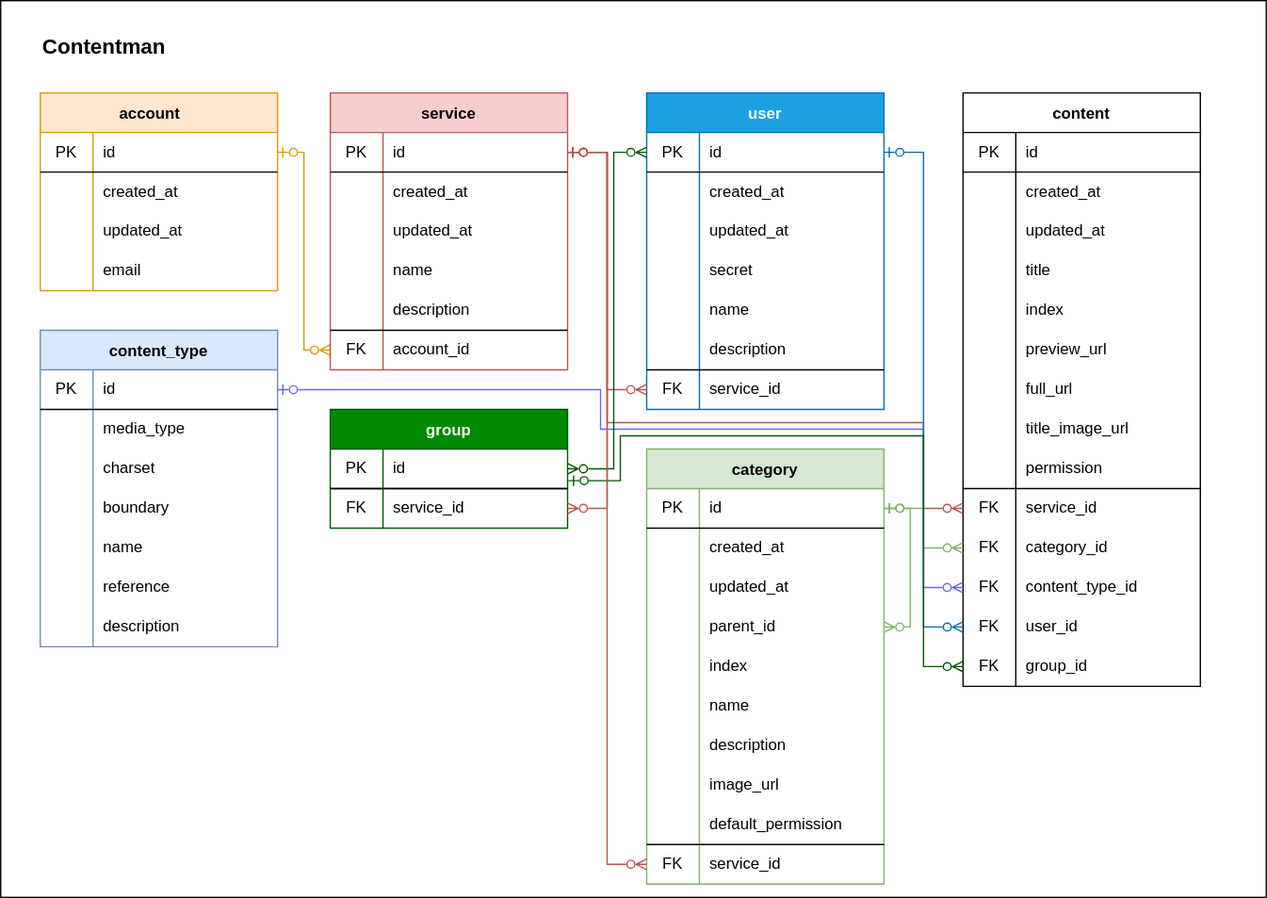
Above: db/schema_db.svg in AleksandrMac/contentman (draw.io), before the change. Source tidied: cells renumbered, new cells last; positions are measured from the earlier drawing's top-left corner, leaving out a move shared by most shapes.
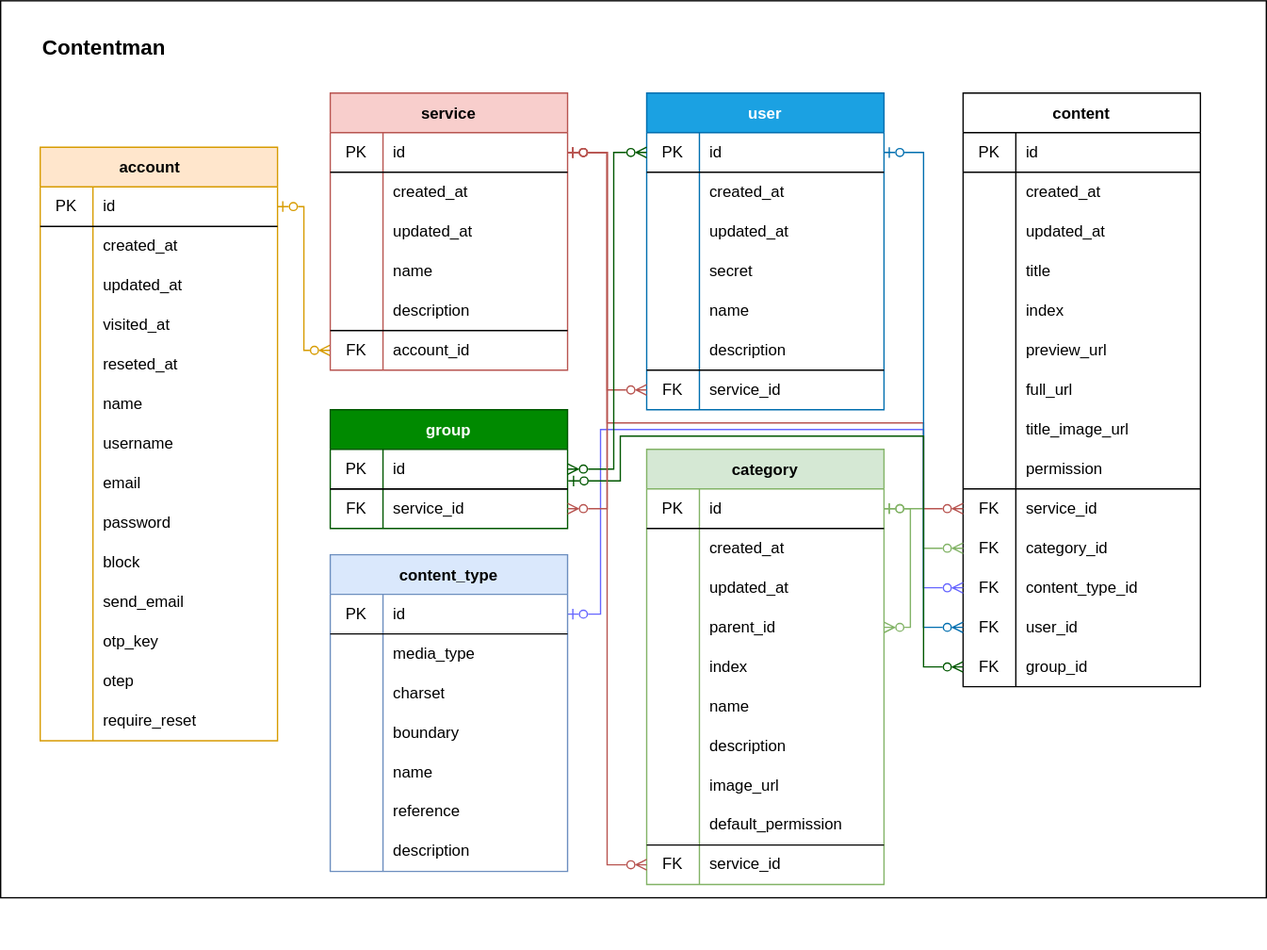
The same file after the commit.

Diff of the diagram source:
```diff
@@ -6,13 +6,13 @@
       <mxGeometry width="960" height="680" as="geometry" />
     </mxCell>
     <mxCell id="3" style="group;" parent="2" vertex="1">
-      <mxGeometry width="960" height="680" as="geometry" />
+      <mxGeometry y="-39" width="960" height="680" as="geometry" />
     </mxCell>
     <mxCell id="4" style="rounded=0;whiteSpace=wrap;html=1;shadow=0;labelBackgroundColor=none;sketch=0;" parent="3" vertex="1">
       <mxGeometry width="960" height="680" as="geometry" />
     </mxCell>
     <mxCell id="5" value="account    " style="shape=table;startSize=30;rowLines=0;fontStyle=1;align=center;fillColor=#ffe6cc;strokeColor=#d79b00;" parent="3" vertex="1">
-      <mxGeometry x="30" y="70" width="180" height="150" as="geometry" />
+      <mxGeometry x="30" y="111" width="180" height="450" as="geometry" />
     </mxCell>
     <mxCell id="6" style="shape=partialRectangle;html=1;whiteSpace=wrap;fillColor=none;top=0;left=0;bottom=1;right=0;points=[[0,0.5],[1,0.5]];portConstraint=eastwest;" parent="5" vertex="1">
       <mxGeometry y="30" width="180" height="30" as="geometry" />
@@ -41,8 +41,44 @@
     <mxCell id="14" value="updated_at" style="shape=partialRectangle;html=1;whiteSpace=wrap;fillColor=none;top=0;left=0;bottom=0;right=0;align=left;spacingLeft=6;overflow=hidden;" parent="12" vertex="1">
       <mxGeometry x="40" width="140" height="30" as="geometry" />
     </mxCell>
+    <mxCell id="174" style="shape=partialRectangle;html=1;whiteSpace=wrap;fillColor=none;top=0;left=0;bottom=0;right=0;" parent="5" vertex="1">
+      <mxGeometry y="120" width="180" height="30" as="geometry" />
+    </mxCell>
+    <mxCell id="175" style="shape=partialRectangle;html=1;whiteSpace=wrap;fillColor=none;top=0;left=0;bottom=0;right=0;overflow=hidden;" parent="174" vertex="1">
+      <mxGeometry width="40" height="30" as="geometry" />
+    </mxCell>
+    <mxCell id="176" value="&lt;div&gt;visited_at&lt;/div&gt;" style="shape=partialRectangle;html=1;whiteSpace=wrap;fillColor=none;top=0;left=0;bottom=0;right=0;align=left;spacingLeft=6;overflow=hidden;" parent="174" vertex="1">
+      <mxGeometry x="40" width="140" height="30" as="geometry" />
+    </mxCell>
+    <mxCell id="177" style="shape=partialRectangle;html=1;whiteSpace=wrap;fillColor=none;top=0;left=0;bottom=0;right=0;" parent="5" vertex="1">
+      <mxGeometry y="150" width="180" height="30" as="geometry" />
+    </mxCell>
+    <mxCell id="178" style="shape=partialRectangle;html=1;whiteSpace=wrap;fillColor=none;top=0;left=0;bottom=0;right=0;overflow=hidden;" parent="177" vertex="1">
+      <mxGeometry width="40" height="30" as="geometry" />
+    </mxCell>
+    <mxCell id="179" value="&lt;div&gt;reseted_at&lt;/div&gt;" style="shape=partialRectangle;html=1;whiteSpace=wrap;fillColor=none;top=0;left=0;bottom=0;right=0;align=left;spacingLeft=6;overflow=hidden;" parent="177" vertex="1">
+      <mxGeometry x="40" width="140" height="30" as="geometry" />
+    </mxCell>
+    <mxCell id="180" style="shape=partialRectangle;html=1;whiteSpace=wrap;fillColor=none;top=0;left=0;bottom=0;right=0;" parent="5" vertex="1">
+      <mxGeometry y="180" width="180" height="30" as="geometry" />
+    </mxCell>
+    <mxCell id="181" style="shape=partialRectangle;html=1;whiteSpace=wrap;fillColor=none;top=0;left=0;bottom=0;right=0;overflow=hidden;" parent="180" vertex="1">
+      <mxGeometry width="40" height="30" as="geometry" />
+    </mxCell>
+    <mxCell id="182" value="name" style="shape=partialRectangle;html=1;whiteSpace=wrap;fillColor=none;top=0;left=0;bottom=0;right=0;align=left;spacingLeft=6;overflow=hidden;" parent="180" vertex="1">
+      <mxGeometry x="40" width="140" height="30" as="geometry" />
+    </mxCell>
+    <mxCell id="183" style="shape=partialRectangle;html=1;whiteSpace=wrap;fillColor=none;top=0;left=0;bottom=0;right=0;" parent="5" vertex="1">
+      <mxGeometry y="210" width="180" height="30" as="geometry" />
+    </mxCell>
+    <mxCell id="184" style="shape=partialRectangle;html=1;whiteSpace=wrap;fillColor=none;top=0;left=0;bottom=0;right=0;overflow=hidden;" parent="183" vertex="1">
+      <mxGeometry width="40" height="30" as="geometry" />
+    </mxCell>
+    <mxCell id="185" value="username" style="shape=partialRectangle;html=1;whiteSpace=wrap;fillColor=none;top=0;left=0;bottom=0;right=0;align=left;spacingLeft=6;overflow=hidden;" parent="183" vertex="1">
+      <mxGeometry x="40" width="140" height="30" as="geometry" />
+    </mxCell>
     <mxCell id="15" style="shape=partialRectangle;html=1;whiteSpace=wrap;fillColor=none;top=0;left=0;bottom=0;right=0;" parent="5" vertex="1">
-      <mxGeometry y="120" width="180" height="30" as="geometry" />
+      <mxGeometry y="240" width="180" height="30" as="geometry" />
     </mxCell>
     <mxCell id="16" style="shape=partialRectangle;html=1;whiteSpace=wrap;fillColor=none;top=0;left=0;bottom=0;right=0;overflow=hidden;" parent="15" vertex="1">
       <mxGeometry width="40" height="30" as="geometry" />
@@ -50,6 +86,60 @@
     <mxCell id="17" value="email" style="shape=partialRectangle;html=1;whiteSpace=wrap;fillColor=none;top=0;left=0;bottom=0;right=0;align=left;spacingLeft=6;overflow=hidden;" parent="15" vertex="1">
       <mxGeometry x="40" width="140" height="30" as="geometry" />
     </mxCell>
+    <mxCell id="186" style="shape=partialRectangle;html=1;whiteSpace=wrap;fillColor=none;top=0;left=0;bottom=0;right=0;" parent="5" vertex="1">
+      <mxGeometry y="270" width="180" height="30" as="geometry" />
+    </mxCell>
+    <mxCell id="187" style="shape=partialRectangle;html=1;whiteSpace=wrap;fillColor=none;top=0;left=0;bottom=0;right=0;overflow=hidden;" parent="186" vertex="1">
+      <mxGeometry width="40" height="30" as="geometry" />
+    </mxCell>
+    <mxCell id="188" value="password" style="shape=partialRectangle;html=1;whiteSpace=wrap;fillColor=none;top=0;left=0;bottom=0;right=0;align=left;spacingLeft=6;overflow=hidden;" parent="186" vertex="1">
+      <mxGeometry x="40" width="140" height="30" as="geometry" />
+    </mxCell>
+    <mxCell id="189" style="shape=partialRectangle;html=1;whiteSpace=wrap;fillColor=none;top=0;left=0;bottom=0;right=0;" parent="5" vertex="1">
+      <mxGeometry y="300" width="180" height="30" as="geometry" />
+    </mxCell>
+    <mxCell id="190" style="shape=partialRectangle;html=1;whiteSpace=wrap;fillColor=none;top=0;left=0;bottom=0;right=0;overflow=hidden;" parent="189" vertex="1">
+      <mxGeometry width="40" height="30" as="geometry" />
+    </mxCell>
+    <mxCell id="191" value="block" style="shape=partialRectangle;html=1;whiteSpace=wrap;fillColor=none;top=0;left=0;bottom=0;right=0;align=left;spacingLeft=6;overflow=hidden;" parent="189" vertex="1">
+      <mxGeometry x="40" width="140" height="30" as="geometry" />
+    </mxCell>
+    <mxCell id="192" style="shape=partialRectangle;html=1;whiteSpace=wrap;fillColor=none;top=0;left=0;bottom=0;right=0;" parent="5" vertex="1">
+      <mxGeometry y="330" width="180" height="30" as="geometry" />
+    </mxCell>
+    <mxCell id="193" style="shape=partialRectangle;html=1;whiteSpace=wrap;fillColor=none;top=0;left=0;bottom=0;right=0;overflow=hidden;" parent="192" vertex="1">
+      <mxGeometry width="40" height="30" as="geometry" />
+    </mxCell>
+    <mxCell id="194" value="send_email" style="shape=partialRectangle;html=1;whiteSpace=wrap;fillColor=none;top=0;left=0;bottom=0;right=0;align=left;spacingLeft=6;overflow=hidden;" parent="192" vertex="1">
+      <mxGeometry x="40" width="140" height="30" as="geometry" />
+    </mxCell>
+    <mxCell id="195" style="shape=partialRectangle;html=1;whiteSpace=wrap;fillColor=none;top=0;left=0;bottom=0;right=0;" parent="5" vertex="1">
+      <mxGeometry y="360" width="180" height="30" as="geometry" />
+    </mxCell>
+    <mxCell id="196" style="shape=partialRectangle;html=1;whiteSpace=wrap;fillColor=none;top=0;left=0;bottom=0;right=0;overflow=hidden;" parent="195" vertex="1">
+      <mxGeometry width="40" height="30" as="geometry" />
+    </mxCell>
+    <mxCell id="197" value="&lt;div&gt;otp_key&lt;/div&gt;" style="shape=partialRectangle;html=1;whiteSpace=wrap;fillColor=none;top=0;left=0;bottom=0;right=0;align=left;spacingLeft=6;overflow=hidden;" parent="195" vertex="1">
+      <mxGeometry x="40" width="140" height="30" as="geometry" />
+    </mxCell>
+    <mxCell id="198" style="shape=partialRectangle;html=1;whiteSpace=wrap;fillColor=none;top=0;left=0;bottom=0;right=0;" parent="5" vertex="1">
+      <mxGeometry y="390" width="180" height="30" as="geometry" />
+    </mxCell>
+    <mxCell id="199" style="shape=partialRectangle;html=1;whiteSpace=wrap;fillColor=none;top=0;left=0;bottom=0;right=0;overflow=hidden;" parent="198" vertex="1">
+      <mxGeometry width="40" height="30" as="geometry" />
+    </mxCell>
+    <mxCell id="200" value="&lt;div&gt;otep&lt;/div&gt;" style="shape=partialRectangle;html=1;whiteSpace=wrap;fillColor=none;top=0;left=0;bottom=0;right=0;align=left;spacingLeft=6;overflow=hidden;" parent="198" vertex="1">
+      <mxGeometry x="40" width="140" height="30" as="geometry" />
+    </mxCell>
+    <mxCell id="201" style="shape=partialRectangle;html=1;whiteSpace=wrap;fillColor=none;top=0;left=0;bottom=0;right=0;" parent="5" vertex="1">
+      <mxGeometry y="420" width="180" height="30" as="geometry" />
+    </mxCell>
+    <mxCell id="202" style="shape=partialRectangle;html=1;whiteSpace=wrap;fillColor=none;top=0;left=0;bottom=0;right=0;overflow=hidden;" parent="201" vertex="1">
+      <mxGeometry width="40" height="30" as="geometry" />
+    </mxCell>
+    <mxCell id="203" value="require_reset" style="shape=partialRectangle;html=1;whiteSpace=wrap;fillColor=none;top=0;left=0;bottom=0;right=0;align=left;spacingLeft=6;overflow=hidden;" parent="201" vertex="1">
+      <mxGeometry x="40" width="140" height="30" as="geometry" />
+    </mxCell>
     <mxCell id="18" style="edgeStyle=orthogonalEdgeStyle;rounded=0;jettySize=auto;html=1;entryX=1;entryY=0.5;entryDx=0;entryDy=0;endArrow=ERzeroToOne;endFill=0;startArrow=ERzeroToMany;startFill=0;exitX=0;exitY=0.5;exitDx=0;exitDy=0;fillColor=#ffe6cc;strokeColor=#d79b00;" parent="3" edge="1" source="35" target="6">
       <mxGeometry relative="1" as="geometry" />
     </mxCell>
@@ -428,7 +518,7 @@
     <mxCell id="139" style="edgeStyle=orthogonalEdgeStyle;rounded=0;jettySize=auto;html=1;exitX=1;exitY=0.5;exitDx=0;exitDy=0;entryX=0;entryY=0.5;entryDx=0;entryDy=0;startArrow=ERzeroToOne;startFill=0;endArrow=ERzeroToMany;endFill=0;strokeColor=#6666FF;" parent="3" edge="1" source="144" target="128">
       <mxGeometry relative="1" as="geometry">
         <Array as="points">
-          <mxPoint x="455" y="295" />
+          <mxPoint x="455" y="465" />
           <mxPoint x="455" y="325" />
           <mxPoint x="700" y="325" />
           <mxPoint x="700" y="445" />
@@ -451,8 +541,45 @@
         </Array>
       </mxGeometry>
     </mxCell>
+    <mxCell id="165" value="group" style="shape=table;startSize=30;rowLines=0;fontStyle=1;align=center;flipH=0;flipV=0;fillColor=#008a00;fontColor=#ffffff;strokeColor=#005700;" parent="3" vertex="1">
+      <mxGeometry x="250" y="310" width="180" height="90" as="geometry" />
+    </mxCell>
+    <mxCell id="166" style="shape=partialRectangle;html=1;whiteSpace=wrap;fillColor=none;top=0;left=0;bottom=1;right=0;points=[[0,0.5],[1,0.5]];portConstraint=eastwest;strokeColor=default;" parent="165" vertex="1">
+      <mxGeometry y="30" width="180" height="30" as="geometry" />
+    </mxCell>
+    <mxCell id="167" value="PK" style="shape=partialRectangle;html=1;whiteSpace=wrap;fillColor=none;top=0;left=0;bottom=0;right=0;overflow=hidden;" parent="166" vertex="1">
+      <mxGeometry width="40" height="30" as="geometry" />
+    </mxCell>
+    <mxCell id="168" value="id" style="shape=partialRectangle;html=1;whiteSpace=wrap;fillColor=none;top=0;left=0;bottom=0;right=0;align=left;spacingLeft=6;overflow=hidden;strokeColor=default;" parent="166" vertex="1">
+      <mxGeometry x="40" width="140" height="30" as="geometry" />
+    </mxCell>
+    <mxCell id="169" style="shape=partialRectangle;html=1;whiteSpace=wrap;fillColor=none;top=1;left=0;bottom=0;right=0;points=[[0,0.5],[1,0.5]];portConstraint=eastwest;" parent="165" vertex="1">
+      <mxGeometry y="60" width="180" height="30" as="geometry" />
+    </mxCell>
+    <mxCell id="170" value="FK" style="shape=partialRectangle;html=1;whiteSpace=wrap;fillColor=none;top=0;left=0;bottom=0;right=0;overflow=hidden;" parent="169" vertex="1">
+      <mxGeometry width="40" height="30" as="geometry" />
+    </mxCell>
+    <mxCell id="171" value="service_id" style="shape=partialRectangle;html=1;whiteSpace=wrap;fillColor=none;top=0;left=0;bottom=0;right=0;align=left;spacingLeft=6;overflow=hidden;strokeColor=#82b366;" parent="169" vertex="1">
+      <mxGeometry x="40" width="140" height="30" as="geometry" />
+    </mxCell>
+    <mxCell id="172" style="edgeStyle=orthogonalEdgeStyle;rounded=0;jettySize=auto;html=1;exitX=1;exitY=0.5;exitDx=0;exitDy=0;entryX=0;entryY=0.5;entryDx=0;entryDy=0;startArrow=ERzeroToMany;startFill=0;endArrow=ERzeroToMany;endFill=0;fillColor=#008a00;strokeColor=#005700;" parent="3" edge="1" source="166" target="39">
+      <mxGeometry relative="1" as="geometry">
+        <Array as="points">
+          <mxPoint x="465" y="355" />
+          <mxPoint x="465" y="115" />
+        </Array>
+      </mxGeometry>
+    </mxCell>
+    <mxCell id="173" style="edgeStyle=orthogonalEdgeStyle;rounded=0;jettySize=auto;html=1;entryX=1;entryY=0.5;entryDx=0;entryDy=0;fillColor=#f8cecc;strokeColor=#b85450;endArrow=ERzeroToMany;endFill=0;startArrow=ERzeroToOne;startFill=0;" parent="3" edge="1" source="20" target="169">
+      <mxGeometry relative="1" as="geometry">
+        <Array as="points">
+          <mxPoint x="460" y="115" />
+          <mxPoint x="460" y="385" />
+        </Array>
+      </mxGeometry>
+    </mxCell>
     <mxCell id="143" value="content_type" style="shape=table;startSize=30;rowLines=0;fontStyle=1;align=center;labelBackgroundColor=none;fillColor=#dae8fc;strokeColor=#6c8ebf;" parent="3" vertex="1">
-      <mxGeometry x="30" y="250" width="180" height="240" as="geometry" />
+      <mxGeometry x="250" y="420" width="180" height="240" as="geometry" />
     </mxCell>
     <mxCell id="144" style="shape=partialRectangle;html=1;whiteSpace=wrap;fillColor=none;top=0;left=0;bottom=1;right=0;points=[[0,0.5],[1,0.5]];portConstraint=eastwest;" parent="143" vertex="1">
       <mxGeometry y="30" width="180" height="30" as="geometry" />
@@ -517,42 +644,5 @@
     <mxCell id="164" value="description" style="shape=partialRectangle;html=1;whiteSpace=wrap;fillColor=none;top=0;left=0;bottom=0;right=0;align=left;spacingLeft=6;overflow=hidden;" parent="162" vertex="1">
       <mxGeometry x="40" width="140" height="30" as="geometry" />
     </mxCell>
-    <mxCell id="165" value="group" style="shape=table;startSize=30;rowLines=0;fontStyle=1;align=center;flipH=0;flipV=0;fillColor=#008a00;fontColor=#ffffff;strokeColor=#005700;" parent="3" vertex="1">
-      <mxGeometry x="250" y="310" width="180" height="90" as="geometry" />
-    </mxCell>
-    <mxCell id="166" style="shape=partialRectangle;html=1;whiteSpace=wrap;fillColor=none;top=0;left=0;bottom=1;right=0;points=[[0,0.5],[1,0.5]];portConstraint=eastwest;strokeColor=default;" parent="165" vertex="1">
-      <mxGeometry y="30" width="180" height="30" as="geometry" />
-    </mxCell>
-    <mxCell id="167" value="PK" style="shape=partialRectangle;html=1;whiteSpace=wrap;fillColor=none;top=0;left=0;bottom=0;right=0;overflow=hidden;" parent="166" vertex="1">
-      <mxGeometry width="40" height="30" as="geometry" />
-    </mxCell>
-    <mxCell id="168" value="id" style="shape=partialRectangle;html=1;whiteSpace=wrap;fillColor=none;top=0;left=0;bottom=0;right=0;align=left;spacingLeft=6;overflow=hidden;strokeColor=default;" parent="166" vertex="1">
-      <mxGeometry x="40" width="140" height="30" as="geometry" />
-    </mxCell>
-    <mxCell id="169" style="shape=partialRectangle;html=1;whiteSpace=wrap;fillColor=none;top=1;left=0;bottom=0;right=0;points=[[0,0.5],[1,0.5]];portConstraint=eastwest;" parent="165" vertex="1">
-      <mxGeometry y="60" width="180" height="30" as="geometry" />
-    </mxCell>
-    <mxCell id="170" value="FK" style="shape=partialRectangle;html=1;whiteSpace=wrap;fillColor=none;top=0;left=0;bottom=0;right=0;overflow=hidden;" parent="169" vertex="1">
-      <mxGeometry width="40" height="30" as="geometry" />
-    </mxCell>
-    <mxCell id="171" value="service_id" style="shape=partialRectangle;html=1;whiteSpace=wrap;fillColor=none;top=0;left=0;bottom=0;right=0;align=left;spacingLeft=6;overflow=hidden;strokeColor=#82b366;" parent="169" vertex="1">
-      <mxGeometry x="40" width="140" height="30" as="geometry" />
-    </mxCell>
-    <mxCell id="172" style="edgeStyle=orthogonalEdgeStyle;rounded=0;jettySize=auto;html=1;exitX=1;exitY=0.5;exitDx=0;exitDy=0;entryX=0;entryY=0.5;entryDx=0;entryDy=0;startArrow=ERzeroToMany;startFill=0;endArrow=ERzeroToMany;endFill=0;fillColor=#008a00;strokeColor=#005700;" parent="3" edge="1" source="166" target="39">
-      <mxGeometry relative="1" as="geometry">
-        <Array as="points">
-          <mxPoint x="465" y="355" />
-          <mxPoint x="465" y="115" />
-        </Array>
-      </mxGeometry>
-    </mxCell>
-    <mxCell id="173" style="edgeStyle=orthogonalEdgeStyle;rounded=0;jettySize=auto;html=1;entryX=1;entryY=0.5;entryDx=0;entryDy=0;fillColor=#f8cecc;strokeColor=#b85450;endArrow=ERzeroToMany;endFill=0;startArrow=ERzeroToOne;startFill=0;" parent="3" edge="1" source="20" target="169">
-      <mxGeometry relative="1" as="geometry">
-        <Array as="points">
-          <mxPoint x="460" y="115" />
-          <mxPoint x="460" y="385" />
-        </Array>
-      </mxGeometry>
-    </mxCell>
   </root>
 </mxGraphModel>
```
